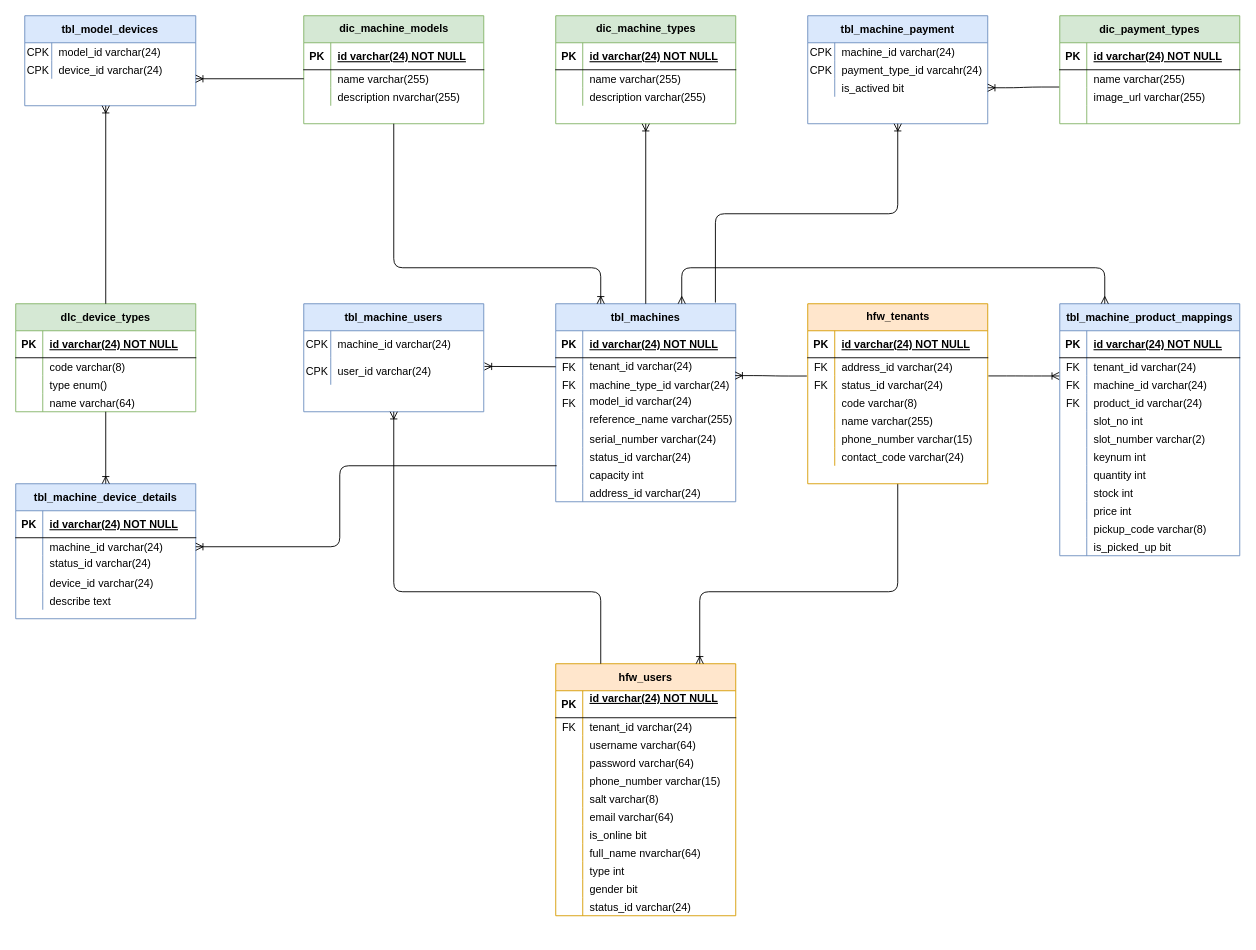
Earlier version of the draw.io diagram page "Machine" (3 of 6) of Untitled Diagram.drawio (wardus3105/alphatest). Source tidied: cells renumbered, new cells numbered last; positions are measured from the earlier drawing's top-left corner, leaving out a move shared by most shapes. Both pictures are drawn from the tidied source at 90%, with x=0, y=0 at pixel (15, 15).
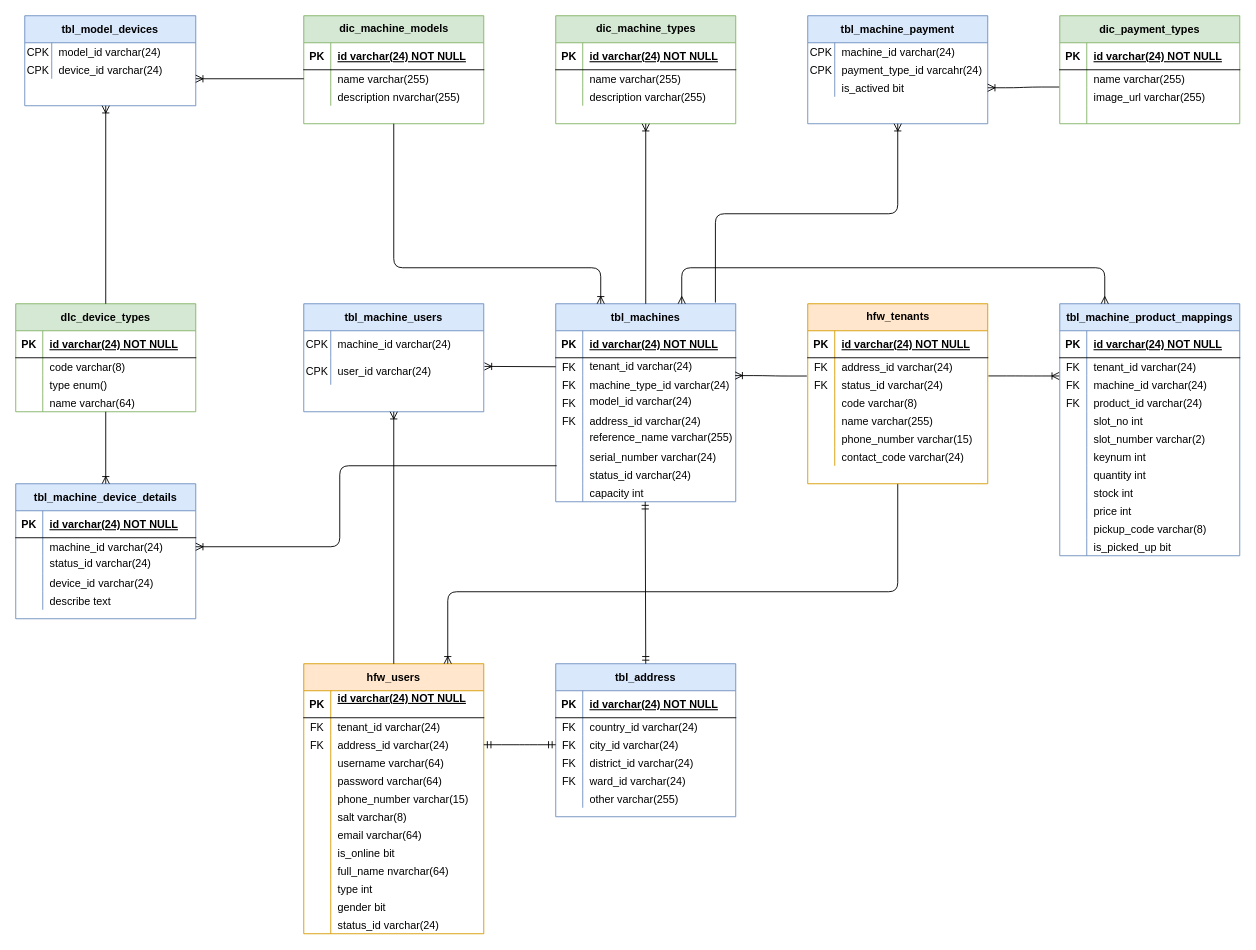
The same page after the edit.

The change refers to these unchanged cells:
```xml
<mxCell id="2" value="tbl_machines" style="shape=table;startSize=30;childLayout=tableLayout;rowLines=0;fontStyle=1;align=center;fillColor=#dae8fc;strokeColor=#6c8ebf;" parent="1" vertex="1">
  <mxGeometry x="600" y="320" width="200" height="220" as="geometry" />
</mxCell>
<mxCell id="130" value="tbl_machine_users" style="shape=table;startSize=30;childLayout=tableLayout;rowLines=0;fontStyle=1;align=center;fillColor=#dae8fc;strokeColor=#6c8ebf;" parent="1" vertex="1">
  <mxGeometry x="320" y="320" width="200" height="120" as="geometry" />
</mxCell>
<mxCell id="139" value="hfw_tenants" style="shape=table;startSize=30;childLayout=tableLayout;rowLines=0;fontStyle=1;align=center;html=1;fillColor=#ffe6cc;strokeColor=#d79b00;" parent="1" vertex="1">
  <mxGeometry x="880" y="320" width="200" height="200" as="geometry" />
</mxCell>
```

Change to the diagram source:
```diff
@@
+    <mxCell id="27" style="shape=partialRectangle;fillColor=none;top=0;left=0;bottom=0;right=0;" parent="2" vertex="1">
+      <mxGeometry y="120" width="200" height="20" as="geometry" />
+    </mxCell>
+    <mxCell id="28" value="FK" style="shape=partialRectangle;fillColor=none;top=0;left=0;bottom=0;right=0;overflow=hidden;" parent="27" vertex="1">
+      <mxGeometry width="30" height="20" as="geometry" />
+    </mxCell>
+    <mxCell id="29" value="address_id varchar(24)" style="shape=partialRectangle;fillColor=none;top=0;left=0;bottom=0;right=0;align=left;spacingLeft=6;overflow=hidden;" parent="27" vertex="1">
+      <mxGeometry x="30" width="170" height="20" as="geometry" />
+    </mxCell>
     <mxCell id="15" style="shape=partialRectangle;fillColor=none;top=0;left=0;right=0;bottom=0;" parent="2" vertex="1">
-      <mxGeometry y="120" width="200" height="20" as="geometry" />
+      <mxGeometry y="140" width="200" height="20" as="geometry" />
     </mxCell>
@@
     <mxCell id="18" style="shape=partialRectangle;fillColor=none;top=0;left=0;bottom=0;right=0;" parent="2" vertex="1">
-      <mxGeometry y="140" width="200" height="20" as="geometry" />
+      <mxGeometry y="160" width="200" height="20" as="geometry" />
     </mxCell>
@@
     <mxCell id="21" style="shape=partialRectangle;fillColor=none;top=0;left=0;bottom=0;right=0;" parent="2" vertex="1">
-      <mxGeometry y="160" width="200" height="20" as="geometry" />
+      <mxGeometry y="180" width="200" height="20" as="geometry" />
     </mxCell>
@@
     <mxCell id="24" style="shape=partialRectangle;fillColor=none;top=0;left=0;bottom=0;right=0;points=[[0,0.5],[1,0.5]];portConstraint=eastwest;" parent="2" vertex="1">
-      <mxGeometry y="180" width="200" height="20" as="geometry" />
+      <mxGeometry y="200" width="200" height="20" as="geometry" />
     </mxCell>
@@
-    <mxCell id="27" style="shape=partialRectangle;fillColor=none;top=0;left=0;bottom=0;right=0;" parent="2" vertex="1">
-      <mxGeometry y="200" width="200" height="20" as="geometry" />
-    </mxCell>
-    <mxCell id="28" style="shape=partialRectangle;fillColor=none;top=0;left=0;bottom=0;right=0;overflow=hidden;" parent="27" vertex="1">
-      <mxGeometry width="30" height="20" as="geometry" />
-    </mxCell>
-    <mxCell id="29" value="address_id varchar(24)" style="shape=partialRectangle;fillColor=none;top=0;left=0;bottom=0;right=0;align=left;spacingLeft=6;overflow=hidden;" parent="27" vertex="1">
-      <mxGeometry x="30" width="170" height="20" as="geometry" />
-    </mxCell>
@@
     <mxCell id="92" value="hfw_users" style="shape=table;startSize=30;childLayout=tableLayout;rowLines=0;fontStyle=1;align=center;fillColor=#ffe6cc;strokeColor=#d79b00;" parent="1" vertex="1">
-      <mxGeometry x="600" y="720" width="200" height="280" as="geometry" />
+      <mxGeometry x="320" y="720" width="200" height="300" as="geometry" />
     </mxCell>
@@
+    <mxCell id="226" style="shape=partialRectangle;fillColor=none;top=0;left=0;bottom=0;right=0;points=[[0,0.5],[1,0.5]];portConstraint=eastwest;" parent="92" vertex="1">
+      <mxGeometry y="80" width="200" height="20" as="geometry" />
+    </mxCell>
+    <mxCell id="227" value="FK" style="shape=partialRectangle;fillColor=none;top=0;left=0;bottom=0;right=0;overflow=hidden;" parent="226" vertex="1">
+      <mxGeometry width="30" height="20" as="geometry" />
+    </mxCell>
+    <mxCell id="228" value="address_id varchar(24)" style="shape=partialRectangle;fillColor=none;top=0;left=0;bottom=0;right=0;align=left;spacingLeft=6;overflow=hidden;" parent="226" vertex="1">
+      <mxGeometry x="30" width="170" height="20" as="geometry" />
+    </mxCell>
     <mxCell id="99" style="shape=partialRectangle;fillColor=none;top=0;left=0;bottom=0;right=0;" parent="92" vertex="1">
-      <mxGeometry y="80" width="200" height="20" as="geometry" />
+      <mxGeometry y="100" width="200" height="20" as="geometry" />
     </mxCell>
@@
     <mxCell id="102" style="shape=partialRectangle;fillColor=none;top=0;left=0;bottom=0;right=0;" parent="92" vertex="1">
-      <mxGeometry y="100" width="200" height="20" as="geometry" />
+      <mxGeometry y="120" width="200" height="20" as="geometry" />
     </mxCell>
@@
     <mxCell id="105" style="shape=partialRectangle;fillColor=none;top=0;left=0;bottom=0;right=0;" parent="92" vertex="1">
-      <mxGeometry y="120" width="200" height="20" as="geometry" />
+      <mxGeometry y="140" width="200" height="20" as="geometry" />
     </mxCell>
@@
     <mxCell id="108" style="shape=partialRectangle;fillColor=none;top=0;left=0;bottom=0;right=0;" parent="92" vertex="1">
-      <mxGeometry y="140" width="200" height="20" as="geometry" />
+      <mxGeometry y="160" width="200" height="20" as="geometry" />
     </mxCell>
@@
     <mxCell id="111" style="shape=partialRectangle;fillColor=none;top=0;left=0;bottom=0;right=0;" parent="92" vertex="1">
-      <mxGeometry y="160" width="200" height="20" as="geometry" />
+      <mxGeometry y="180" width="200" height="20" as="geometry" />
     </mxCell>
@@
     <mxCell id="114" style="shape=partialRectangle;fillColor=none;top=0;left=0;bottom=0;right=0;" parent="92" vertex="1">
-      <mxGeometry y="180" width="200" height="20" as="geometry" />
+      <mxGeometry y="200" width="200" height="20" as="geometry" />
     </mxCell>
@@
     <mxCell id="117" style="shape=partialRectangle;fillColor=none;top=0;left=0;bottom=0;right=0;" parent="92" vertex="1">
-      <mxGeometry y="200" width="200" height="20" as="geometry" />
+      <mxGeometry y="220" width="200" height="20" as="geometry" />
     </mxCell>
@@
     <mxCell id="120" style="shape=partialRectangle;fillColor=none;top=0;left=0;bottom=0;right=0;" parent="92" vertex="1">
-      <mxGeometry y="220" width="200" height="20" as="geometry" />
+      <mxGeometry y="240" width="200" height="20" as="geometry" />
     </mxCell>
@@
     <mxCell id="123" style="shape=partialRectangle;fillColor=none;top=0;left=0;bottom=0;right=0;" parent="92" vertex="1">
-      <mxGeometry y="240" width="200" height="20" as="geometry" />
+      <mxGeometry y="260" width="200" height="20" as="geometry" />
     </mxCell>
@@
     <mxCell id="126" style="shape=partialRectangle;fillColor=none;top=0;left=0;bottom=0;right=0;" parent="92" vertex="1">
-      <mxGeometry y="260" width="200" height="20" as="geometry" />
+      <mxGeometry y="280" width="200" height="20" as="geometry" />
     </mxCell>
@@
     <mxCell id="129" style="edgeStyle=orthogonalEdgeStyle;fontSize=12;html=1;endArrow=ERoneToMany;elbow=vertical;exitX=0.5;exitY=1;exitDx=0;exitDy=0;" parent="1" edge="1" source="139">
       <mxGeometry relative="1" as="geometry">
-        <mxPoint x="760" y="720" as="targetPoint" />
+        <mxPoint x="480" y="720" as="targetPoint" />
         <Array as="points">
           <mxPoint x="980" y="640" />
-          <mxPoint x="760" y="640" />
+          <mxPoint x="480" y="640" />
+          <mxPoint x="480" y="720" />
         </Array>
       </mxGeometry>
     </mxCell>
@@
-    <mxCell id="137" style="edgeStyle=orthogonalEdgeStyle;fontSize=12;html=1;endArrow=ERoneToMany;exitX=0.25;exitY=0;exitDx=0;exitDy=0;entryX=0.5;entryY=1;entryDx=0;entryDy=0;" parent="1" edge="1" source="92" target="130">
+    <mxCell id="137" style="fontSize=12;html=1;endArrow=ERoneToMany;entryX=0.5;entryY=1;entryDx=0;entryDy=0;" parent="1" edge="1" target="130">
       <mxGeometry relative="1" as="geometry">
-        <Array as="points">
-          <mxPoint x="650" y="640" />
-          <mxPoint x="420" y="640" />
-        </Array>
+        <mxPoint x="420" y="720" as="sourcePoint" />
       </mxGeometry>
     </mxCell>
@@
+    <mxCell id="229" value="tbl_address" style="shape=table;startSize=30;childLayout=tableLayout;rowLines=0;fontStyle=1;align=center;fillColor=#dae8fc;strokeColor=#6c8ebf;" parent="1" vertex="1">
+      <mxGeometry x="600" y="720" width="200" height="170" as="geometry" />
+    </mxCell>
+    <mxCell id="230" style="shape=partialRectangle;fillColor=none;top=0;left=0;bottom=1;right=0;" parent="229" vertex="1">
+      <mxGeometry y="30" width="200" height="30" as="geometry" />
+    </mxCell>
+    <mxCell id="231" value="PK" style="shape=partialRectangle;fillColor=none;top=0;left=0;bottom=0;right=0;fontStyle=1;overflow=hidden;" parent="230" vertex="1">
+      <mxGeometry width="30" height="30" as="geometry" />
+    </mxCell>
+    <mxCell id="232" value="id varchar(24) NOT NULL" style="shape=partialRectangle;fillColor=none;top=0;left=0;bottom=0;right=0;align=left;spacingLeft=6;fontStyle=5;overflow=hidden;" parent="230" vertex="1">
+      <mxGeometry x="30" width="170" height="30" as="geometry" />
+    </mxCell>
+    <mxCell id="233" style="shape=partialRectangle;fillColor=none;top=0;left=0;bottom=0;right=0;" parent="229" vertex="1">
+      <mxGeometry y="60" width="200" height="20" as="geometry" />
+    </mxCell>
+    <mxCell id="234" value="FK" style="shape=partialRectangle;fillColor=none;top=0;left=0;bottom=0;right=0;overflow=hidden;" parent="233" vertex="1">
+      <mxGeometry width="30" height="20" as="geometry" />
+    </mxCell>
+    <mxCell id="235" value="country_id varchar(24)" style="shape=partialRectangle;fillColor=none;top=0;left=0;bottom=0;right=0;align=left;spacingLeft=6;overflow=hidden;" parent="233" vertex="1">
+      <mxGeometry x="30" width="170" height="20" as="geometry" />
+    </mxCell>
+    <mxCell id="236" style="shape=partialRectangle;fillColor=none;top=0;left=0;bottom=0;right=0;points=[[0,0.5],[1,0.5]];portConstraint=eastwest;" parent="229" vertex="1">
+      <mxGeometry y="80" width="200" height="20" as="geometry" />
+    </mxCell>
+    <mxCell id="237" value="FK" style="shape=partialRectangle;fillColor=none;top=0;left=0;bottom=0;right=0;overflow=hidden;" parent="236" vertex="1">
+      <mxGeometry width="30" height="20" as="geometry" />
+    </mxCell>
+    <mxCell id="238" value="city_id varchar(24)" style="shape=partialRectangle;fillColor=none;top=0;left=0;bottom=0;right=0;align=left;spacingLeft=6;overflow=hidden;" parent="236" vertex="1">
+      <mxGeometry x="30" width="170" height="20" as="geometry" />
+    </mxCell>
+    <mxCell id="239" style="shape=partialRectangle;fillColor=none;top=0;left=0;bottom=0;right=0;" parent="229" vertex="1">
+      <mxGeometry y="100" width="200" height="20" as="geometry" />
+    </mxCell>
+    <mxCell id="240" value="FK" style="shape=partialRectangle;fillColor=none;top=0;left=0;bottom=0;right=0;overflow=hidden;" parent="239" vertex="1">
+      <mxGeometry width="30" height="20" as="geometry" />
+    </mxCell>
+    <mxCell id="241" value="district_id varchar(24)" style="shape=partialRectangle;fillColor=none;top=0;left=0;bottom=0;right=0;align=left;spacingLeft=6;overflow=hidden;" parent="239" vertex="1">
+      <mxGeometry x="30" width="170" height="20" as="geometry" />
+    </mxCell>
+    <mxCell id="242" style="shape=partialRectangle;fillColor=none;top=0;left=0;bottom=0;right=0;" parent="229" vertex="1">
+      <mxGeometry y="120" width="200" height="20" as="geometry" />
+    </mxCell>
+    <mxCell id="243" value="FK" style="shape=partialRectangle;fillColor=none;top=0;left=0;bottom=0;right=0;overflow=hidden;" parent="242" vertex="1">
+      <mxGeometry width="30" height="20" as="geometry" />
+    </mxCell>
+    <mxCell id="244" value="ward_id varchar(24)" style="shape=partialRectangle;fillColor=none;top=0;left=0;bottom=0;right=0;align=left;spacingLeft=6;overflow=hidden;" parent="242" vertex="1">
+      <mxGeometry x="30" width="170" height="20" as="geometry" />
+    </mxCell>
+    <mxCell id="245" style="shape=partialRectangle;fillColor=none;top=0;left=0;bottom=0;right=0;" parent="229" vertex="1">
+      <mxGeometry y="140" width="200" height="20" as="geometry" />
+    </mxCell>
+    <mxCell id="246" style="shape=partialRectangle;fillColor=none;top=0;left=0;bottom=0;right=0;overflow=hidden;" parent="245" vertex="1">
+      <mxGeometry width="30" height="20" as="geometry" />
+    </mxCell>
+    <mxCell id="247" value="other varchar(255)" style="shape=partialRectangle;fillColor=none;top=0;left=0;bottom=0;right=0;align=left;spacingLeft=6;overflow=hidden;" parent="245" vertex="1">
+      <mxGeometry x="30" width="170" height="20" as="geometry" />
+    </mxCell>
+    <mxCell id="248" style="edgeStyle=entityRelationEdgeStyle;fontSize=12;html=1;endArrow=ERmandOne;startArrow=ERmandOne;entryX=0;entryY=0.5;entryDx=0;entryDy=0;exitX=1;exitY=0.5;exitDx=0;exitDy=0;" parent="1" edge="1" source="226" target="236">
+      <mxGeometry relative="1" as="geometry" />
+    </mxCell>
+    <mxCell id="249" style="fontSize=12;html=1;endArrow=ERmandOne;startArrow=ERmandOne;exitX=0.5;exitY=0;exitDx=0;exitDy=0;entryX=0.497;entryY=1;entryDx=0;entryDy=0;entryPerimeter=0;" parent="1" edge="1" source="229" target="24">
+      <mxGeometry relative="1" as="geometry" />
+    </mxCell>
```
